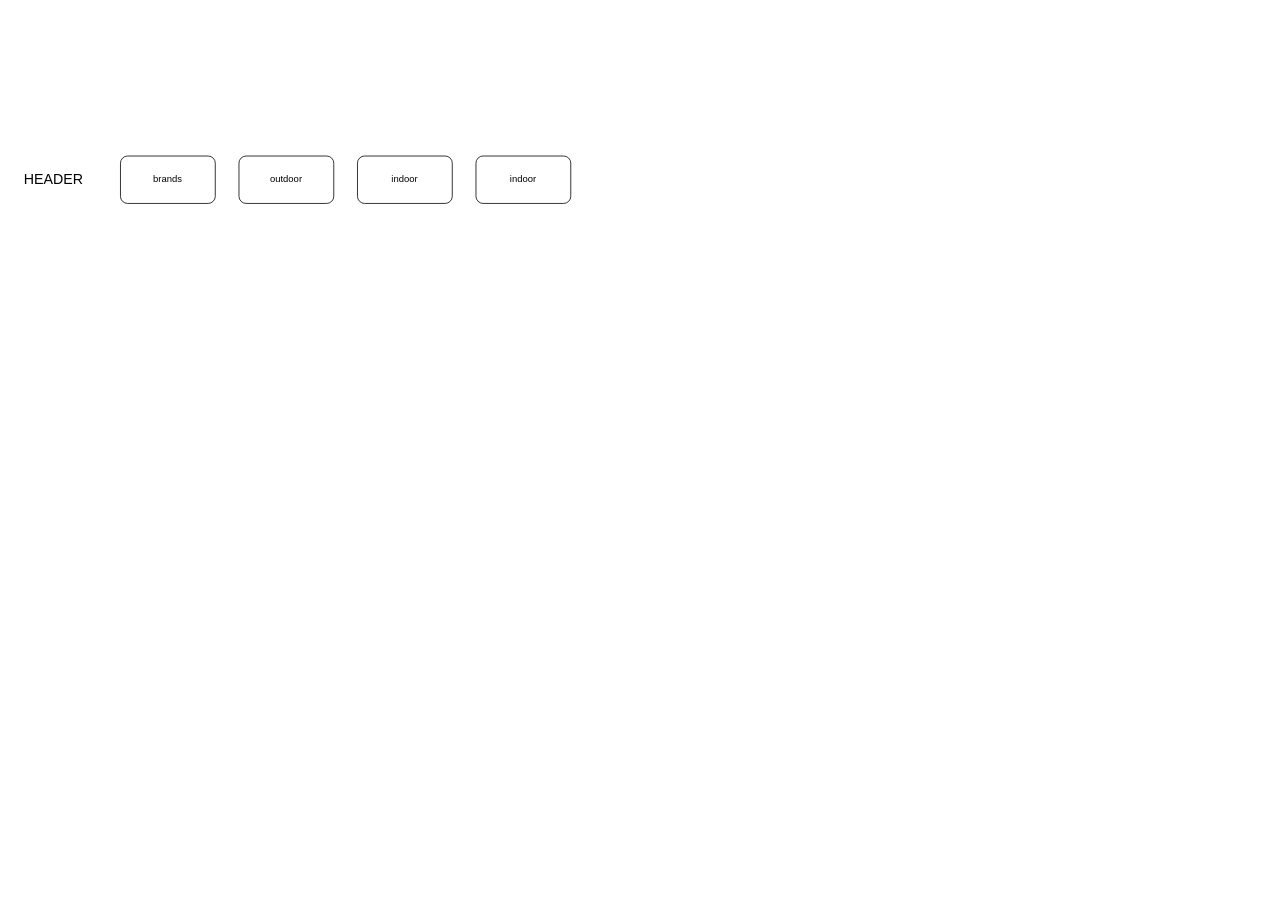
Earlier version of the draw.io diagram flow_chart 작성/flow_chart_cotie.drawio (satToyProJ/flow_chart). Source tidied: cells renumbered, new cells numbered last; positions are measured from the earlier drawing's top-left corner, leaving out a move shared by most shapes. Both pictures are drawn from the tidied source at 79%, with x=0, y=0 at pixel (17, 156).
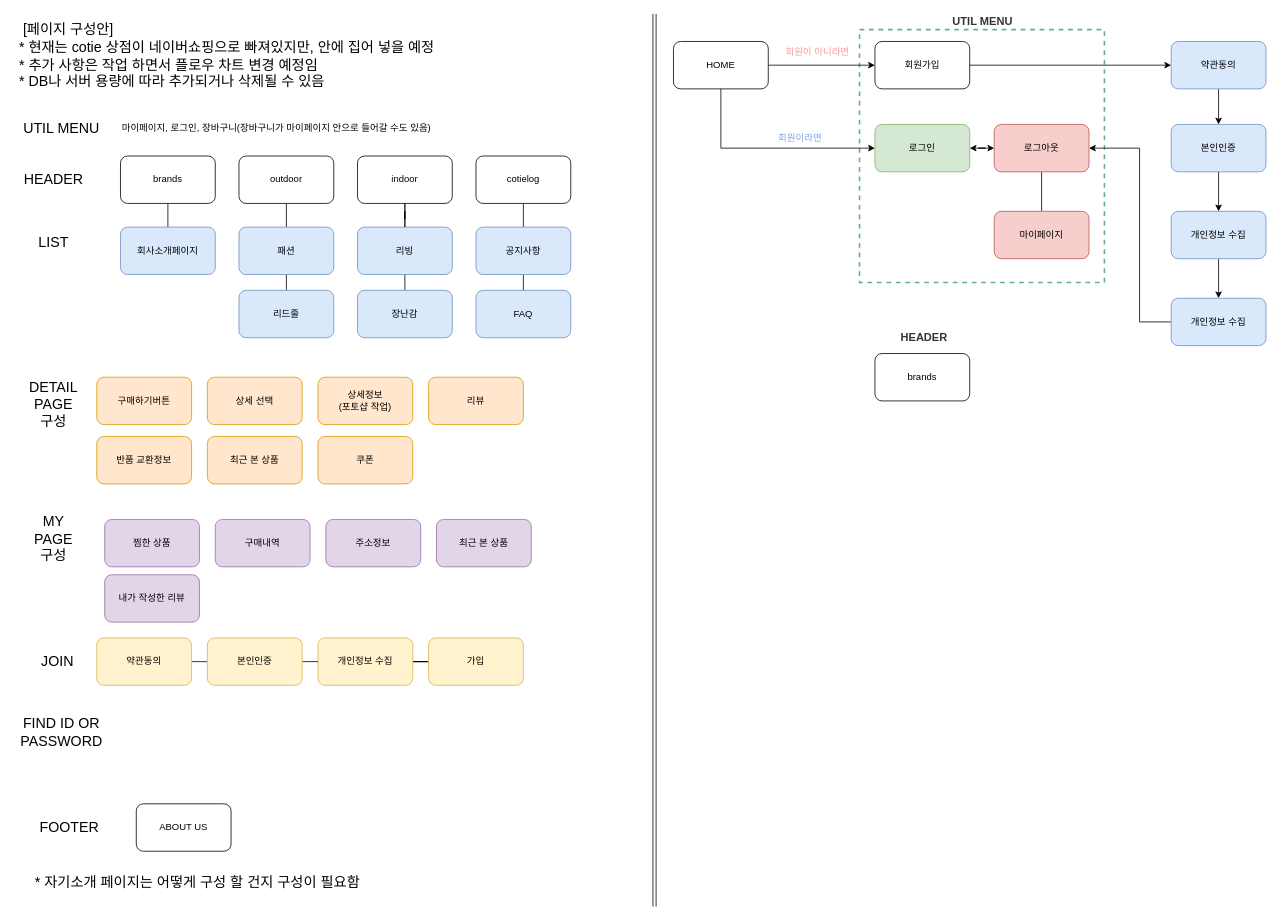
Above is the later version.

Commit message:
2022.05.30 flow_chart

The change refers to these unchanged cells:
```xml
<mxCell id="2" value="brands" style="rounded=1;whiteSpace=wrap;html=1;" parent="1" vertex="1">
  <mxGeometry x="130" width="120" height="60" as="geometry" />
</mxCell>
<mxCell id="4" value="outdoor" style="rounded=1;whiteSpace=wrap;html=1;" parent="1" vertex="1">
  <mxGeometry x="280" width="120" height="60" as="geometry" />
</mxCell>
<mxCell id="5" value="indoor" style="rounded=1;whiteSpace=wrap;html=1;" parent="1" vertex="1">
  <mxGeometry x="430" width="120" height="60" as="geometry" />
</mxCell>
```

Change to the diagram source:
```diff
@@
+    <mxCell id="7" style="rounded=0;whiteSpace=wrap;html=1;fontSize=14;fontColor=#333333;strokeWidth=2;fillColor=none;dashed=1;strokeColor=#67AB9F;" parent="1" vertex="1">
+      <mxGeometry x="1065.5" y="-160" width="310" height="320" as="geometry" />
+    </mxCell>
+    <mxCell id="8" style="edgeStyle=orthogonalEdgeStyle;rounded=0;jettySize=auto;html=1;exitX=0.5;exitY=1;exitDx=0;exitDy=0;entryX=0.5;entryY=0;entryDx=0;entryDy=0;fontSize=12;endArrow=none;endFill=0;" parent="1" edge="1" source="2" target="18">
+      <mxGeometry relative="1" as="geometry" />
+    </mxCell>
@@
+    <mxCell id="9" style="edgeStyle=orthogonalEdgeStyle;rounded=0;jettySize=auto;html=1;exitX=0.5;exitY=1;exitDx=0;exitDy=0;entryX=0.5;entryY=0;entryDx=0;entryDy=0;fontSize=12;endArrow=none;endFill=0;" parent="1" edge="1" source="4" target="20">
+      <mxGeometry relative="1" as="geometry" />
+    </mxCell>
@@
+    <mxCell id="10" style="edgeStyle=orthogonalEdgeStyle;rounded=0;jettySize=auto;html=1;exitX=0.5;exitY=1;exitDx=0;exitDy=0;entryX=0.5;entryY=0;entryDx=0;entryDy=0;fontSize=12;endArrow=none;endFill=0;" parent="1" edge="1" source="6" target="28">
+      <mxGeometry relative="1" as="geometry" />
+    </mxCell>
-    <mxCell id="6" value="indoor" style="rounded=1;whiteSpace=wrap;html=1;" parent="1" vertex="1">
+    <mxCell id="6" value="cotielog" style="rounded=1;whiteSpace=wrap;html=1;" parent="1" vertex="1">
       <mxGeometry x="580" width="120" height="60" as="geometry" />
     </mxCell>
+    <mxCell id="11" value="&lt;span style=&quot;font-size: 18px;&quot;&gt;* 현재는 cotie 상점이 네이버쇼핑으로 빠져있지만, 안에 집어 넣을 예정&lt;br&gt;* 추가 사항은 작업 하면서 플로우 차트 변경 예정임&lt;br&gt;* DB나 서버 용량에 따라 추가되거나 삭제될 수 있음&lt;br&gt;&lt;/span&gt;" style="text;html=1;align=left;verticalAlign=middle;strokeColor=none;fillColor=none;strokeWidth=0;" parent="1" vertex="1">
+      <mxGeometry y="-140" width="580" height="50" as="geometry" />
+    </mxCell>
+    <mxCell id="12" value="&lt;span style=&quot;font-size: 18px;&quot;&gt;FOOTER&lt;/span&gt;" style="text;html=1;align=center;verticalAlign=middle;strokeColor=none;fillColor=none;" parent="1" vertex="1">
+      <mxGeometry x="20" y="840" width="90" height="20" as="geometry" />
+    </mxCell>
+    <mxCell id="13" value="ABOUT US" style="rounded=1;whiteSpace=wrap;html=1;" parent="1" vertex="1">
+      <mxGeometry x="150" y="820" width="120" height="60" as="geometry" />
+    </mxCell>
+    <mxCell id="14" value="&lt;span style=&quot;font-size: 18px;&quot;&gt;UTIL MENU&lt;/span&gt;" style="text;html=1;align=center;verticalAlign=middle;strokeColor=none;fillColor=none;" parent="1" vertex="1">
+      <mxGeometry y="-45" width="110" height="20" as="geometry" />
+    </mxCell>
+    <mxCell id="15" value="마이페이지, 로그인, 장바구니(장바구니가 마이페이지 안으로 들어갈 수도 있음)" style="text;html=1;align=left;verticalAlign=middle;strokeColor=none;fillColor=none;strokeWidth=0;" parent="1" vertex="1">
+      <mxGeometry x="130" y="-45" width="440" height="20" as="geometry" />
+    </mxCell>
+    <mxCell id="16" value="&lt;span style=&quot;font-size: 18px;&quot;&gt;LIST&lt;/span&gt;" style="text;html=1;align=center;verticalAlign=middle;strokeColor=none;fillColor=none;" parent="1" vertex="1">
+      <mxGeometry x="20" y="100" width="50" height="20" as="geometry" />
+    </mxCell>
+    <mxCell id="17" value="&lt;span style=&quot;font-size: 18px;&quot;&gt;* 자기소개 페이지는 어떻게 구성 할 건지 구성이 필요함&lt;/span&gt;" style="text;html=1;align=left;verticalAlign=middle;strokeColor=none;fillColor=none;strokeWidth=0;" parent="1" vertex="1">
+      <mxGeometry x="20" y="910" width="460" height="20" as="geometry" />
+    </mxCell>
+    <mxCell id="18" value="회사소개페이지" style="rounded=1;whiteSpace=wrap;html=1;fillColor=#dae8fc;strokeColor=#6c8ebf;" parent="1" vertex="1">
+      <mxGeometry x="130" y="90" width="120" height="60" as="geometry" />
+    </mxCell>
+    <mxCell id="19" style="edgeStyle=orthogonalEdgeStyle;rounded=0;jettySize=auto;html=1;exitX=0.5;exitY=1;exitDx=0;exitDy=0;entryX=0.5;entryY=0;entryDx=0;entryDy=0;fontSize=12;endArrow=none;endFill=0;" parent="1" edge="1" source="20" target="21">
+      <mxGeometry relative="1" as="geometry" />
+    </mxCell>
+    <mxCell id="20" value="패션" style="rounded=1;whiteSpace=wrap;html=1;fillColor=#dae8fc;strokeColor=#6c8ebf;" parent="1" vertex="1">
+      <mxGeometry x="280" y="90" width="120" height="60" as="geometry" />
+    </mxCell>
+    <mxCell id="21" value="리드줄" style="rounded=1;whiteSpace=wrap;html=1;fillColor=#dae8fc;strokeColor=#6c8ebf;" parent="1" vertex="1">
+      <mxGeometry x="280" y="170" width="120" height="60" as="geometry" />
+    </mxCell>
+    <mxCell id="22" value="&lt;span style=&quot;font-size: 18px;&quot;&gt;DETAIL&lt;br&gt;PAGE&lt;br&gt;구성&lt;br&gt;&lt;/span&gt;" style="text;html=1;align=center;verticalAlign=middle;strokeColor=none;fillColor=none;" parent="1" vertex="1">
+      <mxGeometry x="5" y="290" width="80" height="50" as="geometry" />
+    </mxCell>
+    <mxCell id="23" style="edgeStyle=orthogonalEdgeStyle;rounded=0;jettySize=auto;html=1;fontSize=12;endArrow=none;endFill=0;" parent="1" edge="1" source="25" target="5">
+      <mxGeometry relative="1" as="geometry" />
+    </mxCell>
+    <mxCell id="24" style="edgeStyle=orthogonalEdgeStyle;rounded=0;jettySize=auto;html=1;exitX=0.5;exitY=1;exitDx=0;exitDy=0;entryX=0.5;entryY=0;entryDx=0;entryDy=0;fontSize=12;endArrow=none;endFill=0;" parent="1" edge="1" source="25" target="26">
+      <mxGeometry relative="1" as="geometry" />
+    </mxCell>
+    <mxCell id="25" value="리빙" style="rounded=1;whiteSpace=wrap;html=1;fillColor=#dae8fc;strokeColor=#6c8ebf;" parent="1" vertex="1">
+      <mxGeometry x="430" y="90" width="120" height="60" as="geometry" />
+    </mxCell>
+    <mxCell id="26" value="장난감" style="rounded=1;whiteSpace=wrap;html=1;fillColor=#dae8fc;strokeColor=#6c8ebf;" parent="1" vertex="1">
+      <mxGeometry x="430" y="170" width="120" height="60" as="geometry" />
+    </mxCell>
+    <mxCell id="27" style="edgeStyle=orthogonalEdgeStyle;rounded=0;jettySize=auto;html=1;exitX=0.5;exitY=1;exitDx=0;exitDy=0;entryX=0.5;entryY=0;entryDx=0;entryDy=0;fontSize=12;endArrow=none;endFill=0;" parent="1" edge="1" source="28" target="29">
+      <mxGeometry relative="1" as="geometry" />
+    </mxCell>
+    <mxCell id="28" value="공지사항" style="rounded=1;whiteSpace=wrap;html=1;fillColor=#dae8fc;strokeColor=#6c8ebf;" parent="1" vertex="1">
+      <mxGeometry x="580" y="90" width="120" height="60" as="geometry" />
+    </mxCell>
+    <mxCell id="29" value="FAQ" style="rounded=1;whiteSpace=wrap;html=1;fillColor=#dae8fc;strokeColor=#6c8ebf;" parent="1" vertex="1">
+      <mxGeometry x="580" y="170" width="120" height="60" as="geometry" />
+    </mxCell>
+    <mxCell id="30" style="edgeStyle=orthogonalEdgeStyle;rounded=0;jettySize=auto;html=1;fontSize=12;endArrow=none;endFill=0;entryX=0.5;entryY=1;entryDx=0;entryDy=0;" parent="1" edge="1" target="5">
+      <mxGeometry relative="1" as="geometry">
+        <mxPoint x="490" y="90" as="sourcePoint" />
+      </mxGeometry>
+    </mxCell>
+    <mxCell id="31" value="구매하기버튼" style="rounded=1;whiteSpace=wrap;html=1;fillColor=#ffe6cc;strokeColor=#d79b00;" parent="1" vertex="1">
+      <mxGeometry x="100" y="280" width="120" height="60" as="geometry" />
+    </mxCell>
+    <mxCell id="32" value="상세 선택" style="rounded=1;whiteSpace=wrap;html=1;fillColor=#ffe6cc;strokeColor=#d79b00;" parent="1" vertex="1">
+      <mxGeometry x="240" y="280" width="120" height="60" as="geometry" />
+    </mxCell>
+    <mxCell id="33" value="상세정보&lt;br&gt;(포토샵 작업)" style="rounded=1;whiteSpace=wrap;html=1;fillColor=#ffe6cc;strokeColor=#d79b00;" parent="1" vertex="1">
+      <mxGeometry x="380" y="280" width="120" height="60" as="geometry" />
+    </mxCell>
+    <mxCell id="34" value="&lt;span style=&quot;font-size: 18px;&quot;&gt;[페이지 구성안]&lt;/span&gt;" style="text;html=1;align=left;verticalAlign=middle;strokeColor=none;fillColor=none;strokeWidth=0;" parent="1" vertex="1">
+      <mxGeometry x="5" y="-170" width="140" height="20" as="geometry" />
+    </mxCell>
+    <mxCell id="35" value="리뷰" style="rounded=1;whiteSpace=wrap;html=1;fillColor=#ffe6cc;strokeColor=#d79b00;" parent="1" vertex="1">
+      <mxGeometry x="520" y="280" width="120" height="60" as="geometry" />
+    </mxCell>
+    <mxCell id="36" value="반품 교환정보" style="rounded=1;whiteSpace=wrap;html=1;fillColor=#ffe6cc;strokeColor=#d79b00;" parent="1" vertex="1">
+      <mxGeometry x="100" y="355" width="120" height="60" as="geometry" />
+    </mxCell>
+    <mxCell id="37" value="최근 본 상품" style="rounded=1;whiteSpace=wrap;html=1;fillColor=#ffe6cc;strokeColor=#d79b00;" parent="1" vertex="1">
+      <mxGeometry x="240" y="355" width="120" height="60" as="geometry" />
+    </mxCell>
+    <mxCell id="38" value="쿠폰" style="rounded=1;whiteSpace=wrap;html=1;fillColor=#ffe6cc;strokeColor=#d79b00;" parent="1" vertex="1">
+      <mxGeometry x="380" y="355" width="120" height="60" as="geometry" />
+    </mxCell>
+    <mxCell id="39" value="&lt;span style=&quot;font-size: 18px;&quot;&gt;MY&lt;br&gt;PAGE &lt;br&gt;구성&lt;br&gt;&lt;/span&gt;" style="text;html=1;align=center;verticalAlign=middle;strokeColor=none;fillColor=none;" parent="1" vertex="1">
+      <mxGeometry x="15" y="460" width="60" height="50" as="geometry" />
+    </mxCell>
+    <mxCell id="40" value="찜한 상품" style="rounded=1;whiteSpace=wrap;html=1;fillColor=#e1d5e7;strokeColor=#9673a6;" parent="1" vertex="1">
+      <mxGeometry x="110" y="460" width="120" height="60" as="geometry" />
+    </mxCell>
+    <mxCell id="41" value="구매내역" style="rounded=1;whiteSpace=wrap;html=1;fillColor=#e1d5e7;strokeColor=#9673a6;" parent="1" vertex="1">
+      <mxGeometry x="250" y="460" width="120" height="60" as="geometry" />
+    </mxCell>
+    <mxCell id="42" value="주소정보" style="rounded=1;whiteSpace=wrap;html=1;fillColor=#e1d5e7;strokeColor=#9673a6;" parent="1" vertex="1">
+      <mxGeometry x="390" y="460" width="120" height="60" as="geometry" />
+    </mxCell>
+    <mxCell id="43" value="&lt;span style=&quot;font-size: 18px;&quot;&gt;JOIN&lt;br&gt;&lt;/span&gt;" style="text;html=1;align=center;verticalAlign=middle;strokeColor=none;fillColor=none;" parent="1" vertex="1">
+      <mxGeometry x="20" y="630" width="60" height="20" as="geometry" />
+    </mxCell>
+    <mxCell id="44" style="edgeStyle=orthogonalEdgeStyle;rounded=0;jettySize=auto;html=1;exitX=1;exitY=0.5;exitDx=0;exitDy=0;entryX=0;entryY=0.5;entryDx=0;entryDy=0;fontSize=12;endArrow=none;endFill=0;" parent="1" edge="1" source="45" target="49">
+      <mxGeometry relative="1" as="geometry" />
+    </mxCell>
+    <mxCell id="45" value="약관동의" style="rounded=1;whiteSpace=wrap;html=1;fillColor=#fff2cc;strokeColor=#d6b656;" parent="1" vertex="1">
+      <mxGeometry x="100" y="610" width="120" height="60" as="geometry" />
+    </mxCell>
+    <mxCell id="46" style="edgeStyle=orthogonalEdgeStyle;rounded=0;jettySize=auto;html=1;exitX=1;exitY=0.5;exitDx=0;exitDy=0;fontSize=12;endArrow=none;endFill=0;" parent="1" edge="1" source="47" target="50">
+      <mxGeometry relative="1" as="geometry" />
+    </mxCell>
+    <mxCell id="47" value="개인정보 수집" style="rounded=1;whiteSpace=wrap;html=1;fillColor=#fff2cc;strokeColor=#d6b656;" parent="1" vertex="1">
+      <mxGeometry x="380" y="610" width="120" height="60" as="geometry" />
+    </mxCell>
+    <mxCell id="48" style="edgeStyle=orthogonalEdgeStyle;rounded=0;jettySize=auto;html=1;exitX=1;exitY=0.5;exitDx=0;exitDy=0;entryX=0;entryY=0.5;entryDx=0;entryDy=0;fontSize=12;endArrow=none;endFill=0;" parent="1" edge="1" source="49" target="47">
+      <mxGeometry relative="1" as="geometry" />
+    </mxCell>
+    <mxCell id="49" value="본인인증" style="rounded=1;whiteSpace=wrap;html=1;fillColor=#fff2cc;strokeColor=#d6b656;" parent="1" vertex="1">
+      <mxGeometry x="240" y="610" width="120" height="60" as="geometry" />
+    </mxCell>
+    <mxCell id="50" value="가입" style="rounded=1;whiteSpace=wrap;html=1;fillColor=#fff2cc;strokeColor=#d6b656;" parent="1" vertex="1">
+      <mxGeometry x="520" y="610" width="120" height="60" as="geometry" />
+    </mxCell>
+    <mxCell id="51" value="최근 본 상품" style="rounded=1;whiteSpace=wrap;html=1;fillColor=#e1d5e7;strokeColor=#9673a6;" parent="1" vertex="1">
+      <mxGeometry x="530" y="460" width="120" height="60" as="geometry" />
+    </mxCell>
+    <mxCell id="52" value="내가 작성한 리뷰" style="rounded=1;whiteSpace=wrap;html=1;fillColor=#e1d5e7;strokeColor=#9673a6;" parent="1" vertex="1">
+      <mxGeometry x="110" y="530" width="120" height="60" as="geometry" />
+    </mxCell>
+    <mxCell id="53" value="&lt;span style=&quot;font-size: 18px;&quot;&gt;FIND ID OR&lt;br&gt;PASSWORD&lt;br&gt;&lt;/span&gt;" style="text;html=1;align=center;verticalAlign=middle;strokeColor=none;fillColor=none;" parent="1" vertex="1">
+      <mxGeometry x="-5" y="710" width="120" height="40" as="geometry" />
+    </mxCell>
+    <mxCell id="54" style="edgeStyle=orthogonalEdgeStyle;rounded=0;jettySize=auto;html=1;fontSize=12;endArrow=classic;endFill=1;startArrow=none;startFill=0;" parent="1" edge="1" source="56" target="59">
+      <mxGeometry relative="1" as="geometry" />
+    </mxCell>
+    <mxCell id="55" style="edgeStyle=orthogonalEdgeStyle;rounded=0;jettySize=auto;html=1;exitX=0.5;exitY=1;exitDx=0;exitDy=0;entryX=0;entryY=0.5;entryDx=0;entryDy=0;fontSize=12;fontColor=#FF9999;startArrow=none;startFill=0;endArrow=classic;endFill=1;" parent="1" edge="1" source="56" target="63">
+      <mxGeometry relative="1" as="geometry" />
+    </mxCell>
+    <mxCell id="56" value="HOME" style="rounded=1;whiteSpace=wrap;html=1;" parent="1" vertex="1">
+      <mxGeometry x="830" y="-145" width="120" height="60" as="geometry" />
+    </mxCell>
+    <mxCell id="57" style="shape=link;html=1;rounded=0;fontSize=12;endArrow=none;endFill=0;" parent="1" edge="1">
+      <mxGeometry relative="1" as="geometry">
+        <mxPoint x="806" y="-180" as="sourcePoint" />
+        <mxPoint x="806" y="950" as="targetPoint" />
+      </mxGeometry>
+    </mxCell>
+    <mxCell id="58" style="edgeStyle=orthogonalEdgeStyle;rounded=0;jettySize=auto;html=1;fontSize=12;startArrow=none;startFill=0;endArrow=classic;endFill=1;" parent="1" edge="1" source="59" target="61">
+      <mxGeometry relative="1" as="geometry" />
+    </mxCell>
+    <mxCell id="59" value="회원가입" style="rounded=1;whiteSpace=wrap;html=1;" parent="1" vertex="1">
+      <mxGeometry x="1085" y="-145" width="120" height="60" as="geometry" />
+    </mxCell>
+    <mxCell id="60" style="edgeStyle=orthogonalEdgeStyle;rounded=0;jettySize=auto;html=1;fontSize=14;fontColor=#333333;startArrow=none;startFill=0;endArrow=classic;endFill=1;" parent="1" edge="1" source="61" target="71">
+      <mxGeometry relative="1" as="geometry" />
+    </mxCell>
+    <mxCell id="61" value="약관동의" style="rounded=1;whiteSpace=wrap;html=1;fillColor=#dae8fc;strokeColor=#6c8ebf;" parent="1" vertex="1">
+      <mxGeometry x="1460" y="-145" width="120" height="60" as="geometry" />
+    </mxCell>
+    <mxCell id="62" style="edgeStyle=orthogonalEdgeStyle;rounded=0;jettySize=auto;html=1;fontSize=12;fontColor=#FF9999;startArrow=classic;startFill=1;endArrow=classic;endFill=1;" parent="1" edge="1" source="63" target="67">
+      <mxGeometry relative="1" as="geometry" />
+    </mxCell>
+    <mxCell id="63" value="로그인" style="rounded=1;whiteSpace=wrap;html=1;fillColor=#d5e8d4;strokeColor=#82b366;" parent="1" vertex="1">
+      <mxGeometry x="1085" y="-40" width="120" height="60" as="geometry" />
+    </mxCell>
+    <mxCell id="64" value="&lt;font color=&quot;#ff9999&quot;&gt;회원이 아니라면&lt;/font&gt;" style="text;html=1;align=center;verticalAlign=middle;strokeColor=none;fillColor=none;fontSize=12;" parent="1" vertex="1">
+      <mxGeometry x="962" y="-141" width="100" height="20" as="geometry" />
+    </mxCell>
+    <mxCell id="65" value="&lt;font color=&quot;#7ea6e0&quot;&gt;회원이라면&lt;/font&gt;" style="text;html=1;align=center;verticalAlign=middle;strokeColor=none;fillColor=none;fontSize=12;" parent="1" vertex="1">
+      <mxGeometry x="950" y="-33" width="80" height="20" as="geometry" />
+    </mxCell>
+    <mxCell id="66" style="edgeStyle=orthogonalEdgeStyle;rounded=0;jettySize=auto;html=1;fontSize=12;fontColor=#FF9999;startArrow=none;startFill=0;endArrow=none;endFill=0;" parent="1" edge="1" source="67" target="68">
+      <mxGeometry relative="1" as="geometry" />
+    </mxCell>
+    <mxCell id="67" value="로그아웃" style="rounded=1;whiteSpace=wrap;html=1;fillColor=#f8cecc;strokeColor=#b85450;" parent="1" vertex="1">
+      <mxGeometry x="1236" y="-40" width="120" height="60" as="geometry" />
+    </mxCell>
+    <mxCell id="68" value="마이페이지" style="rounded=1;whiteSpace=wrap;html=1;fillColor=#f8cecc;strokeColor=#b85450;" parent="1" vertex="1">
+      <mxGeometry x="1236" y="70" width="120" height="60" as="geometry" />
+    </mxCell>
+    <mxCell id="69" value="&lt;font color=&quot;#333333&quot;&gt;&lt;span style=&quot;font-size: 14px;&quot;&gt;&lt;b&gt;UTIL MENU&lt;/b&gt;&lt;/span&gt;&lt;/font&gt;" style="text;html=1;align=center;verticalAlign=middle;strokeColor=none;fillColor=none;fontSize=12;" parent="1" vertex="1">
+      <mxGeometry x="1176" y="-180" width="90" height="20" as="geometry" />
+    </mxCell>
+    <mxCell id="70" style="edgeStyle=orthogonalEdgeStyle;rounded=0;jettySize=auto;html=1;fontSize=14;fontColor=#333333;startArrow=none;startFill=0;endArrow=classic;endFill=1;" parent="1" edge="1" source="71" target="75">
+      <mxGeometry relative="1" as="geometry" />
+    </mxCell>
+    <mxCell id="71" value="본인인증" style="rounded=1;whiteSpace=wrap;html=1;fillColor=#dae8fc;strokeColor=#6c8ebf;" parent="1" vertex="1">
+      <mxGeometry x="1460" y="-40" width="120" height="60" as="geometry" />
+    </mxCell>
+    <mxCell id="72" value="&lt;font color=&quot;#333333&quot;&gt;&lt;span style=&quot;font-size: 14px;&quot;&gt;&lt;b&gt;&amp;nbsp;HEADER&lt;/b&gt;&lt;/span&gt;&lt;/font&gt;" style="text;html=1;align=center;verticalAlign=middle;strokeColor=none;fillColor=none;fontSize=12;" parent="1" vertex="1">
+      <mxGeometry x="1105" y="220" width="80" height="20" as="geometry" />
+    </mxCell>
+    <mxCell id="73" value="brands" style="rounded=1;whiteSpace=wrap;html=1;" parent="1" vertex="1">
+      <mxGeometry x="1085" y="250" width="120" height="60" as="geometry" />
+    </mxCell>
+    <mxCell id="74" style="edgeStyle=orthogonalEdgeStyle;rounded=0;jettySize=auto;html=1;fontSize=14;fontColor=#333333;startArrow=none;startFill=0;endArrow=classic;endFill=1;" parent="1" edge="1" source="75" target="77">
+      <mxGeometry relative="1" as="geometry" />
+    </mxCell>
+    <mxCell id="75" value="개인정보 수집" style="rounded=1;whiteSpace=wrap;html=1;fillColor=#dae8fc;strokeColor=#6c8ebf;" parent="1" vertex="1">
+      <mxGeometry x="1460" y="70" width="120" height="60" as="geometry" />
+    </mxCell>
+    <mxCell id="76" style="edgeStyle=orthogonalEdgeStyle;rounded=0;jettySize=auto;html=1;exitX=0;exitY=0.5;exitDx=0;exitDy=0;fontSize=14;fontColor=#333333;startArrow=none;startFill=0;endArrow=classic;endFill=1;entryX=1;entryY=0.5;entryDx=0;entryDy=0;" parent="1" edge="1" source="77" target="67">
+      <mxGeometry relative="1" as="geometry">
+        <Array as="points">
+          <mxPoint x="1420" y="210" />
+          <mxPoint x="1420" y="-10" />
+        </Array>
+      </mxGeometry>
+    </mxCell>
+    <mxCell id="77" value="개인정보 수집" style="rounded=1;whiteSpace=wrap;html=1;fillColor=#dae8fc;strokeColor=#6c8ebf;" parent="1" vertex="1">
+      <mxGeometry x="1460" y="180" width="120" height="60" as="geometry" />
+    </mxCell>
```
